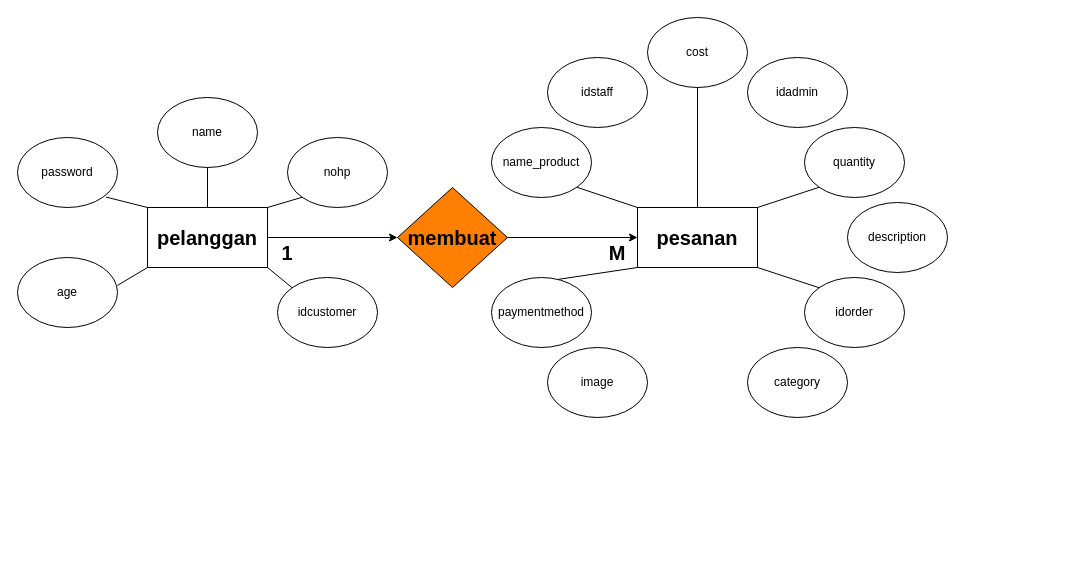
Above: ERD.drawio in VisualGitCode/VisualGitCode.github.io (draw.io), before the change. Source tidied: cells renumbered, new cells numbered last; positions are measured from the earlier drawing's top-left corner, leaving out a move shared by most shapes. Both pictures are drawn from the tidied source at 100%, with x=0, y=0 at pixel (17, 17).
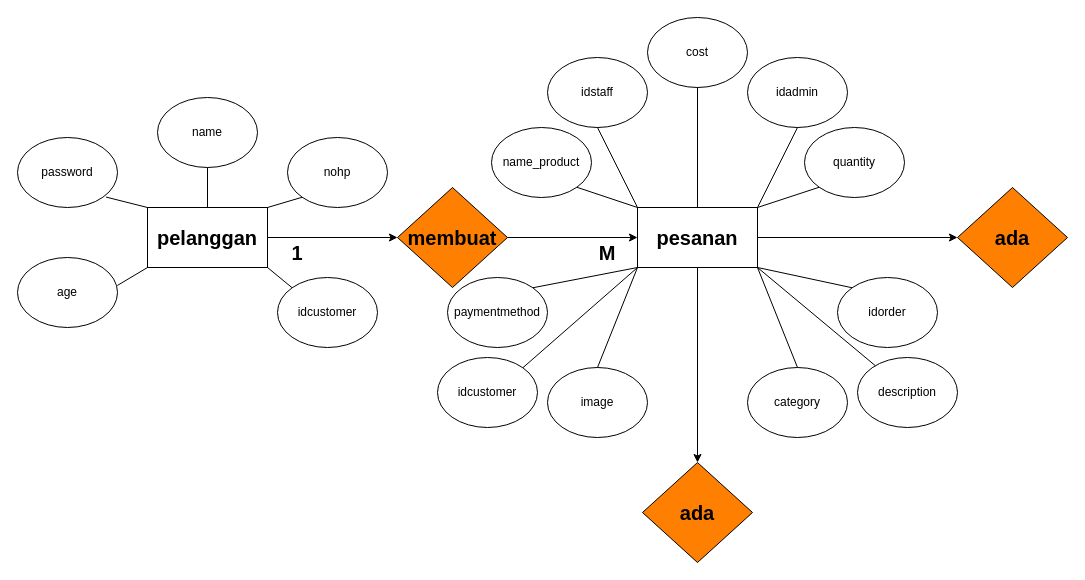
Above is the later version.

The change refers to these unchanged cells:
```xml
<mxCell id="20" style="rounded=0;whiteSpace=wrap;html=1;" parent="1" vertex="1">
  <mxGeometry x="620" y="190" width="120" height="60" as="geometry" />
</mxCell>
<mxCell id="46" style="ellipse;whiteSpace=wrap;html=1;" parent="1" vertex="1">
  <mxGeometry x="730" y="40" width="100" height="70" as="geometry" />
</mxCell>
<mxCell id="48" style="ellipse;whiteSpace=wrap;html=1;" parent="1" vertex="1">
  <mxGeometry x="530" y="40" width="100" height="70" as="geometry" />
</mxCell>
```

Diff of the diagram source:
```diff
@@
+    <mxCell id="52" style="edgeStyle=orthogonalEdgeStyle;rounded=0;jettySize=auto;html=1;exitX=0.5;exitY=1;exitDx=0;exitDy=0;entryX=0.5;entryY=0;entryDx=0;entryDy=0;" parent="1" edge="1" source="20" target="59">
+      <mxGeometry relative="1" as="geometry" />
+    </mxCell>
+    <mxCell id="53" style="edgeStyle=orthogonalEdgeStyle;rounded=0;jettySize=auto;html=1;exitX=1;exitY=0.5;exitDx=0;exitDy=0;entryX=0;entryY=0.5;entryDx=0;entryDy=0;" parent="1" edge="1" source="20" target="61">
+      <mxGeometry relative="1" as="geometry" />
+    </mxCell>
@@
     <mxCell id="27" style="ellipse;whiteSpace=wrap;html=1;" parent="1" vertex="1">
-      <mxGeometry x="787" y="260" width="100" height="70" as="geometry" />
+      <mxGeometry x="820" y="260" width="100" height="70" as="geometry" />
     </mxCell>
     <mxCell id="28" value="idorder" style="text;strokeColor=none;align=center;fillColor=none;html=1;verticalAlign=middle;whiteSpace=wrap;rounded=0;" parent="1" vertex="1">
-      <mxGeometry x="807" y="280" width="60" height="30" as="geometry" />
+      <mxGeometry x="840" y="280" width="60" height="30" as="geometry" />
     </mxCell>
@@
     <mxCell id="30" style="ellipse;whiteSpace=wrap;html=1;" parent="1" vertex="1">
-      <mxGeometry x="474" y="260" width="100" height="70" as="geometry" />
+      <mxGeometry x="430" y="260" width="100" height="70" as="geometry" />
     </mxCell>
     <mxCell id="31" value="paymentmethod" style="text;strokeColor=none;align=center;fillColor=none;html=1;verticalAlign=middle;whiteSpace=wrap;rounded=0;" parent="1" vertex="1">
-      <mxGeometry x="494" y="280" width="60" height="30" as="geometry" />
+      <mxGeometry x="450" y="280" width="60" height="30" as="geometry" />
     </mxCell>
@@
-    <mxCell id="33" style="endArrow=none;html=1;rounded=0;exitX=0.671;exitY=0.026;exitDx=0;exitDy=0;exitPerimeter=0;" parent="1" edge="1" source="30">
+    <mxCell id="33" style="endArrow=none;html=1;rounded=0;exitX=1;exitY=0;exitDx=0;exitDy=0;" parent="1" edge="1" source="30">
       <mxGeometry relative="1" as="geometry">
         <mxPoint x="620" y="250" as="targetPoint" />
       </mxGeometry>
     </mxCell>
@@
     <mxCell id="40" value="1" style="text;strokeColor=none;align=center;fillColor=none;html=1;verticalAlign=middle;whiteSpace=wrap;rounded=0;fontSize=20;fontStyle=1;" parent="1" vertex="1">
-      <mxGeometry x="260" y="220" width="20" height="30" as="geometry" />
+      <mxGeometry x="270" y="220" width="20" height="30" as="geometry" />
     </mxCell>
     <mxCell id="41" value="M" style="text;strokeColor=none;align=center;fillColor=none;html=1;verticalAlign=middle;whiteSpace=wrap;rounded=0;fontStyle=1;fontSize=20;" parent="1" vertex="1">
-      <mxGeometry x="570" y="220" width="60" height="30" as="geometry" />
+      <mxGeometry x="560" y="220" width="60" height="30" as="geometry" />
     </mxCell>
     <mxCell id="42" style="ellipse;whiteSpace=wrap;html=1;" parent="1" vertex="1">
-      <mxGeometry x="830" y="185" width="100" height="70" as="geometry" />
+      <mxGeometry x="840" y="340" width="100" height="70" as="geometry" />
     </mxCell>
     <mxCell id="43" value="description" style="text;strokeColor=none;align=center;fillColor=none;html=1;verticalAlign=middle;whiteSpace=wrap;rounded=0;" parent="1" vertex="1">
-      <mxGeometry x="850" y="205" width="60" height="30" as="geometry" />
+      <mxGeometry x="860" y="360" width="60" height="30" as="geometry" />
     </mxCell>
     <mxCell id="44" style="ellipse;whiteSpace=wrap;html=1;" parent="1" vertex="1">
-      <mxGeometry x="530" y="330" width="100" height="70" as="geometry" />
+      <mxGeometry x="530" y="350" width="100" height="70" as="geometry" />
     </mxCell>
     <mxCell id="45" value="image" style="text;strokeColor=none;align=center;fillColor=none;html=1;verticalAlign=middle;whiteSpace=wrap;rounded=0;" parent="1" vertex="1">
-      <mxGeometry x="550" y="350" width="60" height="30" as="geometry" />
+      <mxGeometry x="550" y="370" width="60" height="30" as="geometry" />
     </mxCell>
@@
     <mxCell id="50" style="ellipse;whiteSpace=wrap;html=1;" parent="1" vertex="1">
-      <mxGeometry x="730" y="330" width="100" height="70" as="geometry" />
+      <mxGeometry x="730" y="350" width="100" height="70" as="geometry" />
     </mxCell>
     <mxCell id="51" value="category" style="text;strokeColor=none;align=center;fillColor=none;html=1;verticalAlign=middle;whiteSpace=wrap;rounded=0;" parent="1" vertex="1">
-      <mxGeometry x="750" y="350" width="60" height="30" as="geometry" />
+      <mxGeometry x="750" y="370" width="60" height="30" as="geometry" />
     </mxCell>
+    <mxCell id="54" style="endArrow=none;html=1;rounded=0;entryX=0.5;entryY=0;entryDx=0;entryDy=0;exitX=0;exitY=1;exitDx=0;exitDy=0;" parent="1" edge="1" source="20" target="44">
+      <mxGeometry relative="1" as="geometry" />
+    </mxCell>
+    <mxCell id="55" style="endArrow=none;html=1;rounded=0;entryX=1;entryY=1;entryDx=0;entryDy=0;exitX=0.5;exitY=0;exitDx=0;exitDy=0;" parent="1" edge="1" source="50" target="20">
+      <mxGeometry relative="1" as="geometry" />
+    </mxCell>
+    <mxCell id="56" style="endArrow=none;html=1;rounded=0;entryX=1;entryY=1;entryDx=0;entryDy=0;" parent="1" edge="1" source="42" target="20">
+      <mxGeometry relative="1" as="geometry" />
+    </mxCell>
+    <mxCell id="57" style="endArrow=none;html=1;rounded=0;entryX=0;entryY=0;entryDx=0;entryDy=0;exitX=0.5;exitY=1;exitDx=0;exitDy=0;" parent="1" edge="1" source="48" target="20">
+      <mxGeometry relative="1" as="geometry" />
+    </mxCell>
+    <mxCell id="58" style="endArrow=none;html=1;rounded=0;entryX=0.5;entryY=1;entryDx=0;entryDy=0;exitX=1;exitY=0;exitDx=0;exitDy=0;" parent="1" edge="1" source="20" target="46">
+      <mxGeometry relative="1" as="geometry" />
+    </mxCell>
+    <mxCell id="59" style="rhombus;whiteSpace=wrap;html=1;fillColor=#FF8000;" parent="1" vertex="1">
+      <mxGeometry x="625" y="445" width="110" height="100" as="geometry" />
+    </mxCell>
+    <mxCell id="60" value="ada" style="text;strokeColor=none;align=center;fillColor=none;html=1;verticalAlign=middle;whiteSpace=wrap;rounded=0;fontStyle=1;fontSize=20;" parent="1" vertex="1">
+      <mxGeometry x="650" y="480" width="60" height="30" as="geometry" />
+    </mxCell>
+    <mxCell id="61" style="rhombus;whiteSpace=wrap;html=1;fillColor=#FF8000;" parent="1" vertex="1">
+      <mxGeometry x="940" y="170" width="110" height="100" as="geometry" />
+    </mxCell>
+    <mxCell id="62" value="ada" style="text;strokeColor=none;align=center;fillColor=none;html=1;verticalAlign=middle;whiteSpace=wrap;rounded=0;fontStyle=1;fontSize=20;" parent="1" vertex="1">
+      <mxGeometry x="965" y="205" width="60" height="30" as="geometry" />
+    </mxCell>
+    <mxCell id="63" style="ellipse;whiteSpace=wrap;html=1;" parent="1" vertex="1">
+      <mxGeometry x="420" y="340" width="100" height="70" as="geometry" />
+    </mxCell>
+    <mxCell id="64" value="idcustomer" style="text;strokeColor=none;align=center;fillColor=none;html=1;verticalAlign=middle;whiteSpace=wrap;rounded=0;" parent="1" vertex="1">
+      <mxGeometry x="440" y="360" width="60" height="30" as="geometry" />
+    </mxCell>
+    <mxCell id="65" style="endArrow=none;html=1;rounded=0;exitX=1;exitY=0;exitDx=0;exitDy=0;entryX=1;entryY=1;entryDx=0;entryDy=0;" parent="1" edge="1" source="63" target="41">
+      <mxGeometry relative="1" as="geometry" />
+    </mxCell>
```
